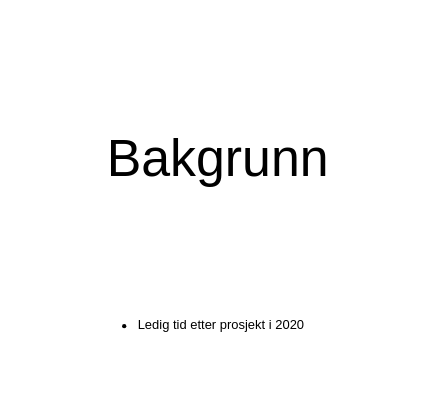
Above: page "Bakgrunn" (2 of 8) of presentation.2022.05.drawio in DevDimensionLab/presentations (draw.io), before the change. Source tidied: cells renumbered, new cells numbered last; positions are measured from the earlier drawing's top-left corner, leaving out a move shared by most shapes. Both pictures are drawn from the tidied source at 108%, with x=0, y=0 at pixel (85, 141).
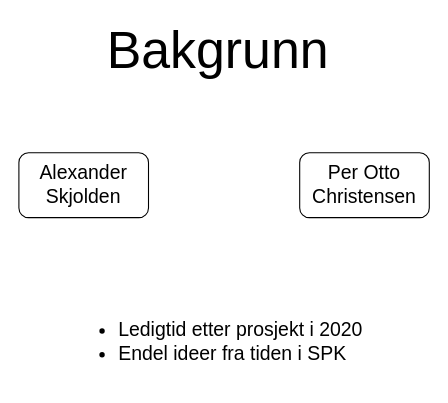
The same page after the edit.

Change to the diagram source:
```diff
@@
 <mxGraphModel>
   <root>
     <mxCell id="0" />
     <mxCell id="1" parent="0" />
     <mxCell id="2" value="&lt;font style=&quot;font-size: 48px&quot;&gt;Bakgrunn&lt;/font&gt;" style="text;html=1;strokeColor=none;fillColor=none;align=center;verticalAlign=middle;whiteSpace=wrap;rounded=0;" parent="1" vertex="1">
-      <mxGeometry x="20" width="205" height="30" as="geometry" />
+      <mxGeometry x="20" y="-100" width="205" height="30" as="geometry" />
     </mxCell>
-    <mxCell id="3" value="&lt;ul&gt;&lt;li&gt;Ledig tid etter prosjekt i 2020&lt;/li&gt;&lt;/ul&gt;" style="text;html=1;align=center;verticalAlign=middle;strokeColor=none;fillColor=none;" parent="1" vertex="1">
-      <mxGeometry y="150" width="210" height="40" as="geometry" />
+    <mxCell id="3" value="&lt;ul style=&quot;font-size: 18px;&quot;&gt;&lt;li&gt;Ledigtid etter prosjekt i 2020&lt;/li&gt;&lt;li style=&quot;text-align: left;&quot;&gt;&lt;span style=&quot;background-color: initial;&quot;&gt;Endel ideer fra tiden i SPK&lt;/span&gt;&lt;/li&gt;&lt;/ul&gt;" style="text;html=1;align=center;verticalAlign=middle;strokeColor=none;fillColor=none;" parent="1" vertex="1">
+      <mxGeometry x="-17" y="150" width="280" height="70" as="geometry" />
     </mxCell>
+    <mxCell id="4" value="Alexander Skjolden" style="rounded=1;whiteSpace=wrap;html=1;fontSize=18;" parent="1" vertex="1">
+      <mxGeometry x="-62" y="10" width="120" height="60" as="geometry" />
+    </mxCell>
+    <mxCell id="5" value="&lt;span style=&quot;background-color: initial;&quot;&gt;Per Otto Christensen&lt;/span&gt;" style="rounded=1;whiteSpace=wrap;html=1;fontSize=18;" parent="1" vertex="1">
+      <mxGeometry x="198" y="10" width="120" height="60" as="geometry" />
+    </mxCell>
   </root>
 </mxGraphModel>
```
